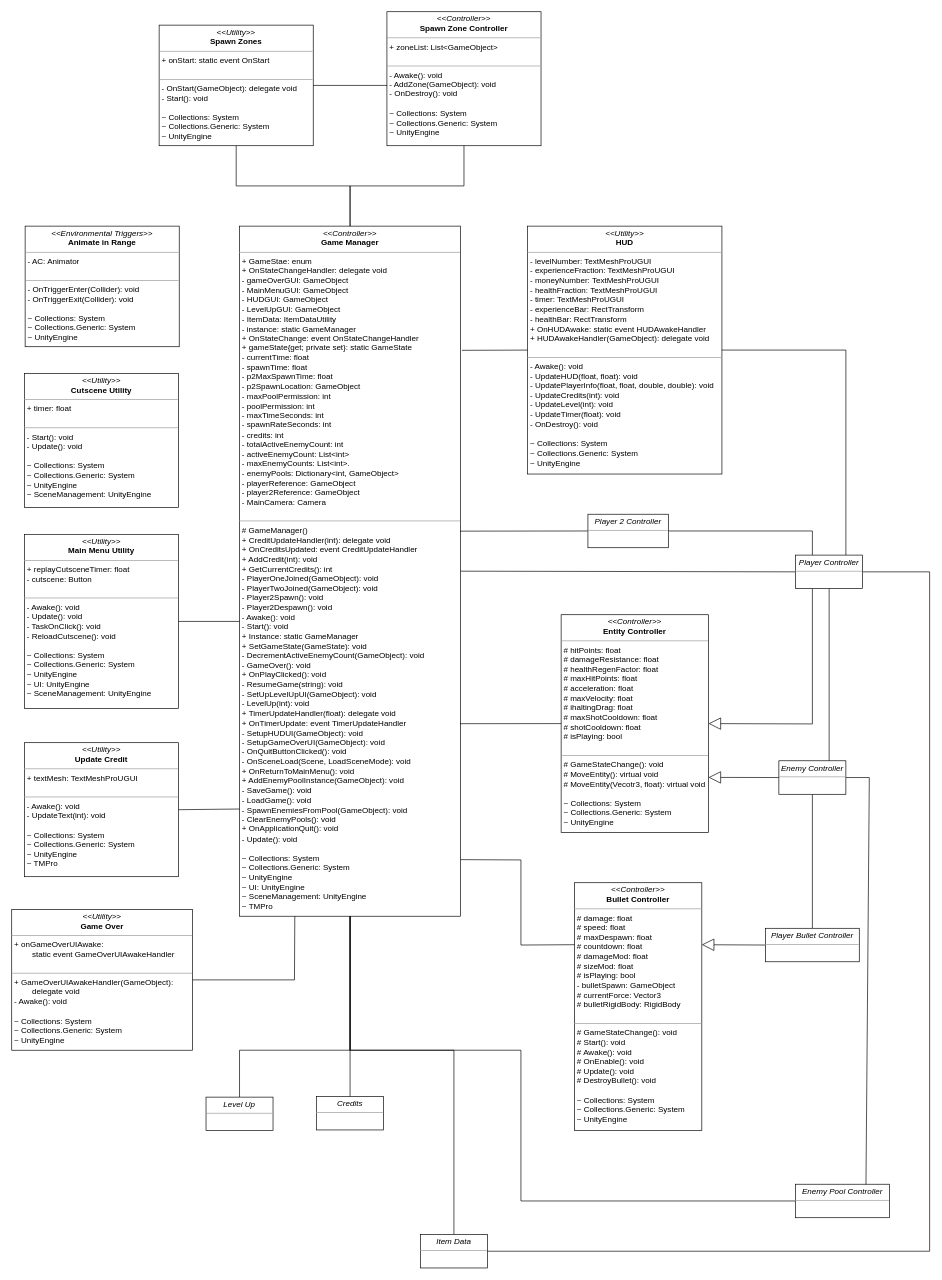
This is page "Game Manager" (5 of 5) of Documentation files/Class Diagram.drawio from Ulibomber1/Middlespace-Survivor, a draw.io file, before an edit. Source tidied: cells renumbered, new cells numbered last; positions are measured from the earlier drawing's top-left corner, leaving out a move shared by most shapes. Both pictures are drawn from the tidied source at 67%, with x=0, y=0 at pixel (11, 11).
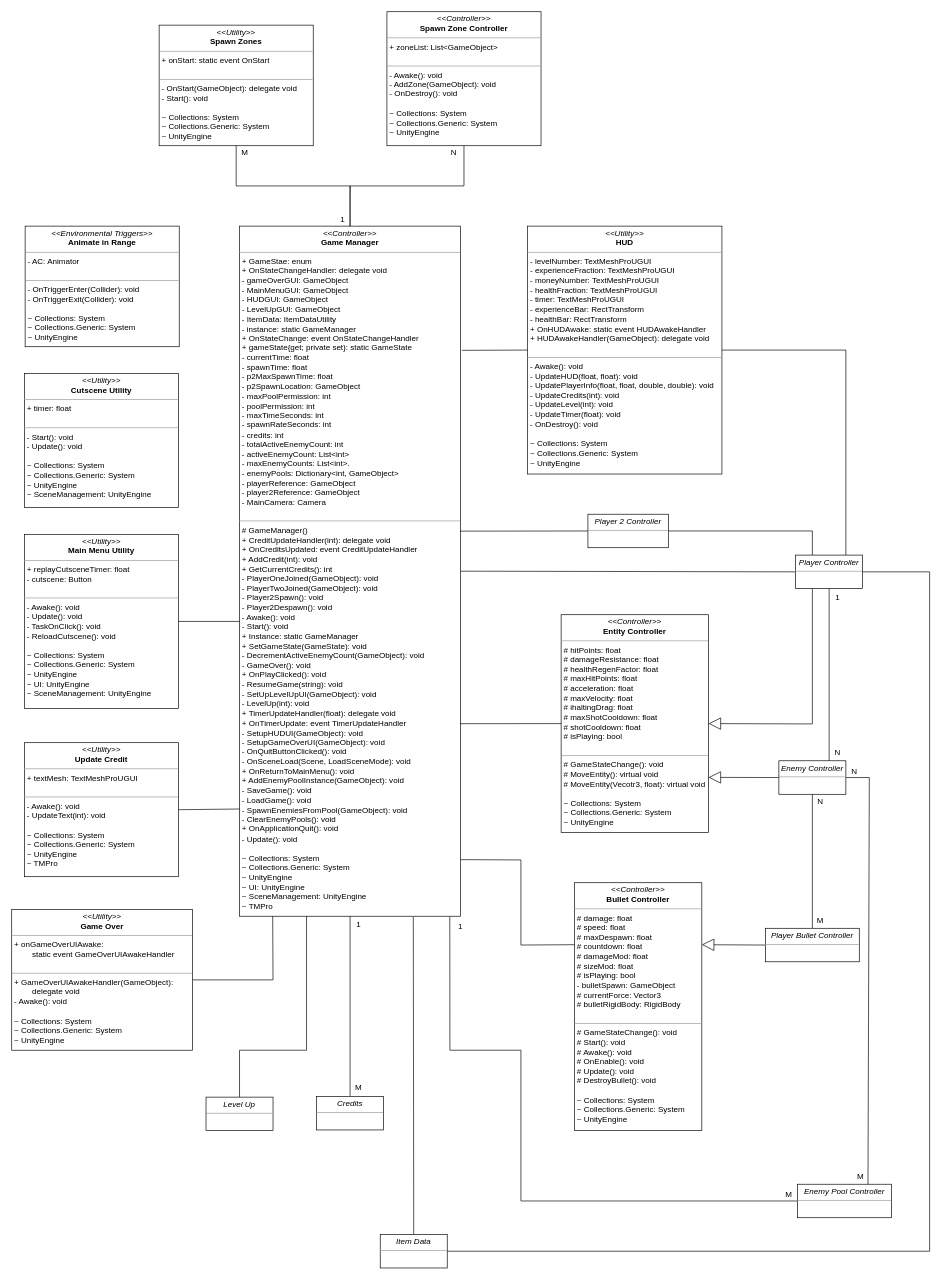
The same diagram, later.

The change refers to these unchanged cells:
```xml
<mxCell id="5" value="&lt;p style=&quot;margin:0px;margin-top:4px;text-align:center;&quot;&gt;&lt;i&gt;&amp;lt;&amp;lt;Controller&amp;gt;&amp;gt;&lt;/i&gt;&lt;br&gt;&lt;b&gt;Game Manager&lt;/b&gt;&lt;/p&gt;&lt;hr size=&quot;1&quot;&gt;&lt;p style=&quot;margin:0px;margin-left:4px;&quot;&gt;&lt;span style=&quot;background-color: initial;&quot;&gt;+ GameStae: enum&lt;/span&gt;&lt;/p&gt;&lt;p style=&quot;margin:0px;margin-left:4px;&quot;&gt;&lt;span style=&quot;background-color: initial;&quot;&gt;+ OnStateChangeHandler: delegate void&lt;/span&gt;&lt;br&gt;&lt;/p&gt;&lt;p style=&quot;margin:0px;margin-left:4px;&quot;&gt;- gameOverGUI: GameObject&lt;/p&gt;&lt;p style=&quot;margin:0px;margin-left:4px;&quot;&gt;- MainMenuGUI: GameObject&lt;br&gt;&lt;/p&gt;&lt;p style=&quot;margin:0px;margin-left:4px;&quot;&gt;- HUDGUI: GameObject&lt;br&gt;&lt;/p&gt;&lt;p style=&quot;margin:0px;margin-left:4px;&quot;&gt;- LevelUpGUI: GameObject&lt;br&gt;&lt;/p&gt;&lt;p style=&quot;margin:0px;margin-left:4px;&quot;&gt;- ItemData: ItemDataUtility&lt;br&gt;&lt;/p&gt;&lt;p style=&quot;margin:0px;margin-left:4px;&quot;&gt;- instance: static GameManager&lt;/p&gt;&lt;p style=&quot;margin:0px;margin-left:4px;&quot;&gt;&lt;span style=&quot;background-color: initial;&quot;&gt;+ OnStateChange: event OnStateChangeHandler&lt;/span&gt;&lt;/p&gt;&lt;p style=&quot;margin:0px;margin-left:4px;&quot;&gt;+ gameState{get; private set}: static GameState&lt;/p&gt;&lt;p style=&quot;margin:0px;margin-left:4px;&quot;&gt;- currentTime: float&lt;/p&gt;&lt;p style=&quot;margin:0px;margin-left:4px;&quot;&gt;- spawnTime: float&lt;/p&gt;&lt;p style=&quot;margin:0px;margin-left:4px;&quot;&gt;- p2MaxSpawnTime: float&lt;/p&gt;&lt;p style=&quot;margin:0px;margin-left:4px;&quot;&gt;- p2SpawnLocation: GameObject&lt;/p&gt;&lt;p style=&quot;margin:0px;margin-left:4px;&quot;&gt;- maxPoolPermission: int&lt;/p&gt;&lt;p style=&quot;margin:0px;margin-left:4px;&quot;&gt;- poolPermission: int&lt;/p&gt;&lt;p style=&quot;margin:0px;margin-left:4px;&quot;&gt;- maxTimeSeconds: int&lt;/p&gt;&lt;p style=&quot;margin:0px;margin-left:4px;&quot;&gt;- spawnRateSeconds: int&lt;/p&gt;&lt;p style=&quot;margin:0px;margin-left:4px;&quot;&gt;- credits: int&lt;/p&gt;&lt;p style=&quot;margin:0px;margin-left:4px;&quot;&gt;- totalActiveEnemyCount: int&lt;/p&gt;&lt;p style=&quot;margin:0px;margin-left:4px;&quot;&gt;- activeEnemyCount: List&amp;lt;int&amp;gt;&lt;/p&gt;&lt;p style=&quot;margin:0px;margin-left:4px;&quot;&gt;- maxEnemyCounts: List&amp;lt;int&amp;gt;.&lt;/p&gt;&lt;p style=&quot;margin:0px;margin-left:4px;&quot;&gt;- enemyPools: Dictionary&amp;lt;int, GameObject&amp;gt;&lt;/p&gt;&lt;p style=&quot;margin:0px;margin-left:4px;&quot;&gt;- playerReference: GameObject&lt;/p&gt;&lt;p style=&quot;margin:0px;margin-left:4px;&quot;&gt;- player2Reference: GameObject&lt;/p&gt;&lt;p style=&quot;margin:0px;margin-left:4px;&quot;&gt;- MainCamera: Camera&lt;/p&gt;&lt;br&gt;&lt;hr size=&quot;1&quot;&gt;&lt;p style=&quot;margin:0px;margin-left:4px;&quot;&gt;# GameManager()&lt;/p&gt;&lt;p style=&quot;margin:0px;margin-left:4px;&quot;&gt;+ CreditUpdateHandler(int): delegate void&lt;/p&gt;&lt;p style=&quot;margin:0px;margin-left:4px;&quot;&gt;+ OnCreditsUpdated: event CreditUpdateHandler&lt;/p&gt;&lt;p style=&quot;margin:0px;margin-left:4px;&quot;&gt;+ AddCredit(int): void&lt;/p&gt;&lt;p style=&quot;margin:0px;margin-left:4px;&quot;&gt;+ GetCurrentCredits(): int&lt;/p&gt;&lt;p style=&quot;margin:0px;margin-left:4px;&quot;&gt;- PlayerOneJoined(GameObject): void&lt;/p&gt;&lt;p style=&quot;margin:0px;margin-left:4px;&quot;&gt;- PlayerTwoJoined(GameObject): void&lt;/p&gt;&lt;p style=&quot;margin:0px;margin-left:4px;&quot;&gt;- Player2Spawn(): void&lt;/p&gt;&lt;p style=&quot;margin:0px;margin-left:4px;&quot;&gt;- Player2Despawn(): void&lt;/p&gt;&lt;p style=&quot;margin:0px;margin-left:4px;&quot;&gt;- Awake(): void&lt;/p&gt;&lt;p style=&quot;margin:0px;margin-left:4px;&quot;&gt;- Start(): void&lt;/p&gt;&lt;p style=&quot;margin:0px;margin-left:4px;&quot;&gt;+ Instance: static GameManager&lt;/p&gt;&lt;p style=&quot;margin:0px;margin-left:4px;&quot;&gt;+ SetGameState(GameState): void&lt;/p&gt;&lt;p style=&quot;margin:0px;margin-left:4px;&quot;&gt;- DecrementActiveEnemyCount(GameObject): void&lt;/p&gt;&lt;p style=&quot;margin:0px;margin-left:4px;&quot;&gt;- GameOver(): void&lt;/p&gt;&lt;p style=&quot;margin:0px;margin-left:4px;&quot;&gt;+ OnPlayClicked(): void&lt;/p&gt;&lt;p style=&quot;margin:0px;margin-left:4px;&quot;&gt;- ResumeGame(string): void&lt;/p&gt;&lt;p style=&quot;margin:0px;margin-left:4px;&quot;&gt;- SetUpLevelUpUI(GameObject): void&lt;/p&gt;&lt;p style=&quot;margin:0px;margin-left:4px;&quot;&gt;- LevelUp(int): void&lt;/p&gt;&lt;p style=&quot;margin:0px;margin-left:4px;&quot;&gt;+ TimerUpdateHandler(float): delegate void&lt;/p&gt;&lt;p style=&quot;margin:0px;margin-left:4px;&quot;&gt;+ OnTimerUpdate: event TimerUpdateHandler&lt;/p&gt;&lt;p style=&quot;margin:0px;margin-left:4px;&quot;&gt;- SetupHUDUI(GameObject): void&lt;/p&gt;&lt;p style=&quot;margin:0px;margin-left:4px;&quot;&gt;- SetupGameOverUI(GameObject): void&lt;/p&gt;&lt;p style=&quot;margin:0px;margin-left:4px;&quot;&gt;- OnQuitButtonClicked(): void&lt;/p&gt;&lt;p style=&quot;margin:0px;margin-left:4px;&quot;&gt;- OnSceneLoad(Scene, LoadSceneMode): void&lt;/p&gt;&lt;p style=&quot;margin:0px;margin-left:4px;&quot;&gt;+ OnReturnToMainMenu(): void&lt;/p&gt;&lt;p style=&quot;margin:0px;margin-left:4px;&quot;&gt;+ AddEnemyPoolInstance(GameObject): void&lt;/p&gt;&lt;p style=&quot;margin:0px;margin-left:4px;&quot;&gt;- SaveGame(): void&lt;/p&gt;&lt;p style=&quot;margin:0px;margin-left:4px;&quot;&gt;- LoadGame(): void&lt;/p&gt;&lt;p style=&quot;margin:0px;margin-left:4px;&quot;&gt;- SpawnEnemiesFromPool(GameObject): void&lt;/p&gt;&lt;p style=&quot;margin:0px;margin-left:4px;&quot;&gt;- ClearEnemyPools(): void&lt;/p&gt;&lt;p style=&quot;margin:0px;margin-left:4px;&quot;&gt;+ OnApplicationQuit(): void&lt;/p&gt;&lt;p style=&quot;margin:0px;margin-left:4px;&quot;&gt;- Update(): void&lt;/p&gt;&lt;p style=&quot;border-color: var(--border-color); margin: 0px 0px 0px 4px;&quot;&gt;&lt;br&gt;&lt;/p&gt;&lt;p style=&quot;border-color: var(--border-color); margin: 0px 0px 0px 4px;&quot;&gt;~ Collections: System&lt;/p&gt;&lt;p style=&quot;border-color: var(--border-color); margin: 0px 0px 0px 4px;&quot;&gt;~ Collections.Generic: System&lt;/p&gt;&lt;p style=&quot;border-color: var(--border-color); margin: 0px 0px 0px 4px;&quot;&gt;~ UnityEngine&lt;/p&gt;&lt;p style=&quot;border-color: var(--border-color); margin: 0px 0px 0px 4px;&quot;&gt;~ UI: UnityEngine&lt;/p&gt;&lt;p style=&quot;border-color: var(--border-color); margin: 0px 0px 0px 4px;&quot;&gt;~ SceneManagement: UnityEngine&lt;/p&gt;&lt;p style=&quot;border-color: var(--border-color); margin: 0px 0px 0px 4px;&quot;&gt;~ TMPro&lt;/p&gt;" style="verticalAlign=top;align=left;overflow=fill;fontSize=12;fontFamily=Helvetica;html=1;rounded=0;shadow=0;comic=0;labelBackgroundColor=none;strokeWidth=1;" parent="1" vertex="1">
  <mxGeometry x="340" y="320" width="330" height="1030" as="geometry" />
</mxCell>
<mxCell id="12" value="&lt;p style=&quot;margin:0px;margin-top:4px;text-align:center;&quot;&gt;&lt;i&gt;&amp;lt;&amp;lt;Controller&amp;gt;&amp;gt;&lt;/i&gt;&lt;br&gt;&lt;b&gt;Spawn Zone Controller&lt;/b&gt;&lt;/p&gt;&lt;hr size=&quot;1&quot;&gt;&lt;p style=&quot;margin:0px;margin-left:4px;&quot;&gt;+ zoneList: List&amp;lt;GameObject&amp;gt;&lt;/p&gt;&lt;p style=&quot;margin:0px;margin-left:4px;&quot;&gt;&lt;br&gt;&lt;/p&gt;&lt;hr size=&quot;1&quot;&gt;&lt;p style=&quot;margin:0px;margin-left:4px;&quot;&gt;&lt;span style=&quot;background-color: initial;&quot;&gt;- Awake(): void&lt;/span&gt;&lt;br&gt;&lt;/p&gt;&lt;p style=&quot;margin:0px;margin-left:4px;&quot;&gt;&lt;span style=&quot;background-color: initial;&quot;&gt;- AddZone(GameObject): void&lt;/span&gt;&lt;/p&gt;&lt;p style=&quot;margin:0px;margin-left:4px;&quot;&gt;&lt;span style=&quot;background-color: initial;&quot;&gt;- OnDestroy(): void&lt;/span&gt;&lt;/p&gt;&lt;p style=&quot;margin:0px;margin-left:4px;&quot;&gt;&lt;span style=&quot;background-color: initial;&quot;&gt;&lt;br&gt;&lt;/span&gt;&lt;/p&gt;&lt;p style=&quot;margin:0px;margin-left:4px;&quot;&gt;&lt;span style=&quot;background-color: initial;&quot;&gt;~ Collections: System&lt;/span&gt;&lt;/p&gt;&lt;p style=&quot;margin:0px;margin-left:4px;&quot;&gt;&lt;span style=&quot;background-color: initial;&quot;&gt;~ Collections.Generic: System&lt;/span&gt;&lt;/p&gt;&lt;p style=&quot;margin:0px;margin-left:4px;&quot;&gt;&lt;span style=&quot;background-color: initial;&quot;&gt;~ UnityEngine&lt;/span&gt;&lt;/p&gt;" style="verticalAlign=top;align=left;overflow=fill;fontSize=12;fontFamily=Helvetica;html=1;rounded=0;shadow=0;comic=0;labelBackgroundColor=none;strokeWidth=1;" parent="1" vertex="1">
  <mxGeometry x="560" width="230" height="200" as="geometry" />
</mxCell>
<mxCell id="15" value="&lt;p style=&quot;margin:0px;margin-top:4px;text-align:center;&quot;&gt;&lt;i&gt;&amp;lt;&amp;lt;Utility&amp;gt;&amp;gt;&lt;/i&gt;&lt;br&gt;&lt;b&gt;Game Over&lt;/b&gt;&lt;/p&gt;&lt;hr size=&quot;1&quot;&gt;&lt;p style=&quot;margin:0px;margin-left:4px;&quot;&gt;+ onGameOverUIAwake:&amp;nbsp;&lt;/p&gt;&lt;p style=&quot;margin:0px;margin-left:4px;&quot;&gt;&amp;nbsp; &amp;nbsp; &amp;nbsp; &amp;nbsp; static event GameOverUIAwakeHandler&lt;/p&gt;&lt;p style=&quot;margin:0px;margin-left:4px;&quot;&gt;&lt;br&gt;&lt;/p&gt;&lt;hr size=&quot;1&quot;&gt;&lt;p style=&quot;margin:0px;margin-left:4px;&quot;&gt;&lt;span style=&quot;background-color: initial;&quot;&gt;+ GameOverUIAwakeHandler(GameObject):&amp;nbsp;&lt;/span&gt;&lt;/p&gt;&lt;p style=&quot;margin:0px;margin-left:4px;&quot;&gt;&lt;span style=&quot;background-color: initial;&quot;&gt;&amp;nbsp; &amp;nbsp; &amp;nbsp; &amp;nbsp; delegate void&lt;/span&gt;&lt;br&gt;&lt;/p&gt;&lt;p style=&quot;margin:0px;margin-left:4px;&quot;&gt;&lt;span style=&quot;background-color: initial;&quot;&gt;- Awake(): void&lt;/span&gt;&lt;/p&gt;&lt;p style=&quot;margin:0px;margin-left:4px;&quot;&gt;&lt;span style=&quot;background-color: initial;&quot;&gt;&lt;br&gt;&lt;/span&gt;&lt;/p&gt;&lt;p style=&quot;margin:0px;margin-left:4px;&quot;&gt;&lt;span style=&quot;background-color: initial;&quot;&gt;~ Collections: System&lt;/span&gt;&lt;/p&gt;&lt;p style=&quot;margin:0px;margin-left:4px;&quot;&gt;&lt;span style=&quot;background-color: initial;&quot;&gt;~ Collections.Generic: System&lt;/span&gt;&lt;/p&gt;&lt;p style=&quot;margin:0px;margin-left:4px;&quot;&gt;&lt;span style=&quot;background-color: initial;&quot;&gt;~ UnityEngine&lt;/span&gt;&lt;/p&gt;" style="verticalAlign=top;align=left;overflow=fill;fontSize=12;fontFamily=Helvetica;html=1;rounded=0;shadow=0;comic=0;labelBackgroundColor=none;strokeWidth=1;" parent="1" vertex="1">
  <mxGeometry y="1340" width="270" height="210" as="geometry" />
</mxCell>
<mxCell id="17" value="&lt;p style=&quot;margin:0px;margin-top:4px;text-align:center;&quot;&gt;&lt;i&gt;&amp;lt;&amp;lt;Utility&amp;gt;&amp;gt;&lt;/i&gt;&lt;br&gt;&lt;b&gt;Spawn Zones&lt;/b&gt;&lt;/p&gt;&lt;hr size=&quot;1&quot;&gt;&lt;p style=&quot;margin:0px;margin-left:4px;&quot;&gt;+ onStart: static event OnStart&lt;/p&gt;&lt;p style=&quot;margin:0px;margin-left:4px;&quot;&gt;&lt;br&gt;&lt;/p&gt;&lt;hr size=&quot;1&quot;&gt;&lt;p style=&quot;margin:0px;margin-left:4px;&quot;&gt;&lt;span style=&quot;background-color: initial;&quot;&gt;- OnStart(GameObject): delegate void&lt;/span&gt;&lt;br&gt;&lt;/p&gt;&lt;p style=&quot;margin:0px;margin-left:4px;&quot;&gt;&lt;span style=&quot;background-color: initial;&quot;&gt;- Start(): void&lt;/span&gt;&lt;/p&gt;&lt;p style=&quot;margin:0px;margin-left:4px;&quot;&gt;&lt;span style=&quot;background-color: initial;&quot;&gt;&lt;br&gt;&lt;/span&gt;&lt;/p&gt;&lt;p style=&quot;margin:0px;margin-left:4px;&quot;&gt;&lt;span style=&quot;background-color: initial;&quot;&gt;~ Collections: System&lt;/span&gt;&lt;/p&gt;&lt;p style=&quot;margin:0px;margin-left:4px;&quot;&gt;&lt;span style=&quot;background-color: initial;&quot;&gt;~ Collections.Generic: System&lt;/span&gt;&lt;/p&gt;&lt;p style=&quot;margin:0px;margin-left:4px;&quot;&gt;&lt;span style=&quot;background-color: initial;&quot;&gt;~ UnityEngine&lt;/span&gt;&lt;/p&gt;" style="verticalAlign=top;align=left;overflow=fill;fontSize=12;fontFamily=Helvetica;html=1;rounded=0;shadow=0;comic=0;labelBackgroundColor=none;strokeWidth=1;" parent="1" vertex="1">
  <mxGeometry x="220" y="20" width="230" height="180" as="geometry" />
</mxCell>
<mxCell id="35" value="&lt;p style=&quot;margin:0px;margin-top:4px;text-align:center;&quot;&gt;&lt;i&gt;Level Up&lt;/i&gt;&lt;/p&gt;&lt;hr size=&quot;1&quot;&gt;&lt;p style=&quot;margin:0px;margin-left:4px;&quot;&gt;&lt;br&gt;&lt;/p&gt;" style="verticalAlign=top;align=left;overflow=fill;fontSize=12;fontFamily=Helvetica;html=1;rounded=0;shadow=0;comic=0;labelBackgroundColor=none;strokeWidth=1;" parent="1" vertex="1">
  <mxGeometry x="290" y="1620" width="100" height="50" as="geometry" />
</mxCell>
```

Change to the diagram source:
```diff
@@
-    <mxCell id="13" style="endArrow=none;html=1;rounded=0;entryX=0;entryY=0.5;entryDx=0;entryDy=0;exitX=0.5;exitY=1;exitDx=0;exitDy=0;" parent="1" edge="1" source="5" target="38">
+    <mxCell id="13" style="endArrow=none;html=1;rounded=0;entryX=0;entryY=0.5;entryDx=0;entryDy=0;exitX=0.951;exitY=1.001;exitDx=0;exitDy=0;exitPerimeter=0;" parent="1" edge="1" source="5" target="38">
       <mxGeometry relative="1" as="geometry">
         <Array as="points">
-          <mxPoint x="505" y="1550" />
+          <mxPoint x="654" y="1550" />
           <mxPoint x="760" y="1550" />
           <mxPoint x="760" y="1775" />
         </Array>
       </mxGeometry>
     </mxCell>
@@
-    <mxCell id="18" style="endArrow=none;html=1;rounded=0;entryX=1;entryY=0.5;entryDx=0;entryDy=0;exitX=0.25;exitY=1;exitDx=0;exitDy=0;" parent="1" edge="1" source="5" target="15">
+    <mxCell id="18" style="endArrow=none;html=1;rounded=0;entryX=1;entryY=0.5;entryDx=0;entryDy=0;exitX=0.15;exitY=1;exitDx=0;exitDy=0;exitPerimeter=0;" parent="1" edge="1" source="5" target="15">
       <mxGeometry relative="1" as="geometry">
         <Array as="points">
-          <mxPoint x="422" y="1445" />
+          <mxPoint x="390" y="1445" />
         </Array>
       </mxGeometry>
     </mxCell>
@@
-    <mxCell id="25" style="endArrow=none;html=1;rounded=0;exitX=0.5;exitY=0;exitDx=0;exitDy=0;entryX=0.5;entryY=1;entryDx=0;entryDy=0;" parent="1" edge="1" source="36" target="5">
-      <mxGeometry relative="1" as="geometry">
-        <Array as="points">
-          <mxPoint x="660" y="1550" />
-          <mxPoint x="505" y="1550" />
-        </Array>
-      </mxGeometry>
+    <mxCell id="25" style="endArrow=none;html=1;rounded=0;exitX=0.5;exitY=0;exitDx=0;exitDy=0;entryX=0.786;entryY=1.001;entryDx=0;entryDy=0;entryPerimeter=0;" parent="1" edge="1" source="36" target="5">
+      <mxGeometry relative="1" as="geometry" />
     </mxCell>
-    <mxCell id="26" style="endArrow=none;html=1;rounded=0;exitX=0.5;exitY=0;exitDx=0;exitDy=0;entryX=0.5;entryY=1;entryDx=0;entryDy=0;" parent="1" edge="1" source="35" target="5">
+    <mxCell id="26" style="endArrow=none;html=1;rounded=0;exitX=0.5;exitY=0;exitDx=0;exitDy=0;" parent="1" edge="1" source="35">
       <mxGeometry relative="1" as="geometry">
+        <mxPoint x="440" y="1350" as="targetPoint" />
         <Array as="points">
           <mxPoint x="340" y="1550" />
-          <mxPoint x="505" y="1550" />
+          <mxPoint x="440" y="1550" />
         </Array>
       </mxGeometry>
     </mxCell>
@@
-    <mxCell id="32" style="endArrow=none;html=1;rounded=0;entryX=1;entryY=0.5;entryDx=0;entryDy=0;exitX=0.002;exitY=0.55;exitDx=0;exitDy=0;exitPerimeter=0;" parent="1" edge="1" source="12" target="17">
-      <mxGeometry relative="1" as="geometry" />
-    </mxCell>
@@
     <mxCell id="36" value="&lt;p style=&quot;margin:0px;margin-top:4px;text-align:center;&quot;&gt;&lt;i&gt;Item Data&lt;/i&gt;&lt;/p&gt;&lt;hr size=&quot;1&quot;&gt;&lt;p style=&quot;margin:0px;margin-left:4px;&quot;&gt;&lt;br&gt;&lt;/p&gt;" style="verticalAlign=top;align=left;overflow=fill;fontSize=12;fontFamily=Helvetica;html=1;rounded=0;shadow=0;comic=0;labelBackgroundColor=none;strokeWidth=1;" parent="1" vertex="1">
-      <mxGeometry x="610" y="1825" width="100" height="50" as="geometry" />
+      <mxGeometry x="550" y="1825" width="100" height="50" as="geometry" />
     </mxCell>
@@
     <mxCell id="38" value="&lt;p style=&quot;margin:0px;margin-top:4px;text-align:center;&quot;&gt;&lt;i&gt;Enemy Pool Controller&lt;/i&gt;&lt;/p&gt;&lt;hr size=&quot;1&quot;&gt;&lt;p style=&quot;margin:0px;margin-left:4px;&quot;&gt;&lt;br&gt;&lt;/p&gt;" style="verticalAlign=top;align=left;overflow=fill;fontSize=12;fontFamily=Helvetica;html=1;rounded=0;shadow=0;comic=0;labelBackgroundColor=none;strokeWidth=1;" parent="1" vertex="1">
-      <mxGeometry x="1170" y="1750" width="140" height="50" as="geometry" />
+      <mxGeometry x="1173" y="1750" width="140" height="50" as="geometry" />
     </mxCell>
@@
+    <mxCell id="45" value="M" style="text;html=1;strokeColor=none;fillColor=none;align=center;verticalAlign=middle;whiteSpace=wrap;rounded=0;fontStyle=0;" parent="1" vertex="1">
+      <mxGeometry x="318" y="196" width="60" height="30" as="geometry" />
+    </mxCell>
+    <mxCell id="46" value="N" style="text;html=1;strokeColor=none;fillColor=none;align=center;verticalAlign=middle;whiteSpace=wrap;rounded=0;fontStyle=0;" parent="1" vertex="1">
+      <mxGeometry x="630" y="196" width="60" height="30" as="geometry" />
+    </mxCell>
+    <mxCell id="47" value="1" style="text;html=1;strokeColor=none;fillColor=none;align=center;verticalAlign=middle;whiteSpace=wrap;rounded=0;fontStyle=0;" parent="1" vertex="1">
+      <mxGeometry x="464" y="295" width="60" height="30" as="geometry" />
+    </mxCell>
+    <mxCell id="48" value="M" style="text;html=1;strokeColor=none;fillColor=none;align=center;verticalAlign=middle;whiteSpace=wrap;rounded=0;fontStyle=0;" parent="1" vertex="1">
+      <mxGeometry x="488" y="1591" width="60" height="30" as="geometry" />
+    </mxCell>
+    <mxCell id="49" value="1" style="text;html=1;strokeColor=none;fillColor=none;align=center;verticalAlign=middle;whiteSpace=wrap;rounded=0;fontStyle=0;" parent="1" vertex="1">
+      <mxGeometry x="488" y="1348" width="60" height="30" as="geometry" />
+    </mxCell>
+    <mxCell id="50" value="1" style="text;html=1;strokeColor=none;fillColor=none;align=center;verticalAlign=middle;whiteSpace=wrap;rounded=0;fontStyle=0;" parent="1" vertex="1">
+      <mxGeometry x="1203" y="859" width="60" height="30" as="geometry" />
+    </mxCell>
+    <mxCell id="51" value="N" style="text;html=1;strokeColor=none;fillColor=none;align=center;verticalAlign=middle;whiteSpace=wrap;rounded=0;fontStyle=0;" parent="1" vertex="1">
+      <mxGeometry x="1203" y="1091" width="60" height="30" as="geometry" />
+    </mxCell>
+    <mxCell id="52" value="N" style="text;html=1;strokeColor=none;fillColor=none;align=center;verticalAlign=middle;whiteSpace=wrap;rounded=0;fontStyle=0;" parent="1" vertex="1">
+      <mxGeometry x="1228" y="1119" width="60" height="30" as="geometry" />
+    </mxCell>
+    <mxCell id="53" value="M" style="text;html=1;strokeColor=none;fillColor=none;align=center;verticalAlign=middle;whiteSpace=wrap;rounded=0;fontStyle=0;" parent="1" vertex="1">
+      <mxGeometry x="1237" y="1724" width="60" height="30" as="geometry" />
+    </mxCell>
+    <mxCell id="54" value="N" style="text;html=1;strokeColor=none;fillColor=none;align=center;verticalAlign=middle;whiteSpace=wrap;rounded=0;fontStyle=0;" parent="1" vertex="1">
+      <mxGeometry x="1177" y="1164" width="60" height="30" as="geometry" />
+    </mxCell>
+    <mxCell id="55" value="M" style="text;html=1;strokeColor=none;fillColor=none;align=center;verticalAlign=middle;whiteSpace=wrap;rounded=0;fontStyle=0;" parent="1" vertex="1">
+      <mxGeometry x="1177" y="1341" width="60" height="30" as="geometry" />
+    </mxCell>
+    <mxCell id="56" value="M" style="text;html=1;strokeColor=none;fillColor=none;align=center;verticalAlign=middle;whiteSpace=wrap;rounded=0;fontStyle=0;" parent="1" vertex="1">
+      <mxGeometry x="1130" y="1750" width="60" height="30" as="geometry" />
+    </mxCell>
+    <mxCell id="57" value="1" style="text;html=1;strokeColor=none;fillColor=none;align=center;verticalAlign=middle;whiteSpace=wrap;rounded=0;fontStyle=0;" parent="1" vertex="1">
+      <mxGeometry x="640" y="1350" width="60" height="30" as="geometry" />
+    </mxCell>
```
